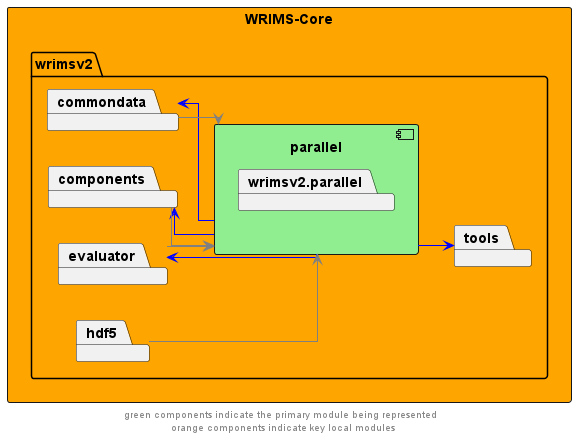
Earlier version of the PlantUML export docs/diagrams/wrims-core/wrims-core_parallel.png (CentralValleyModeling/wrims).
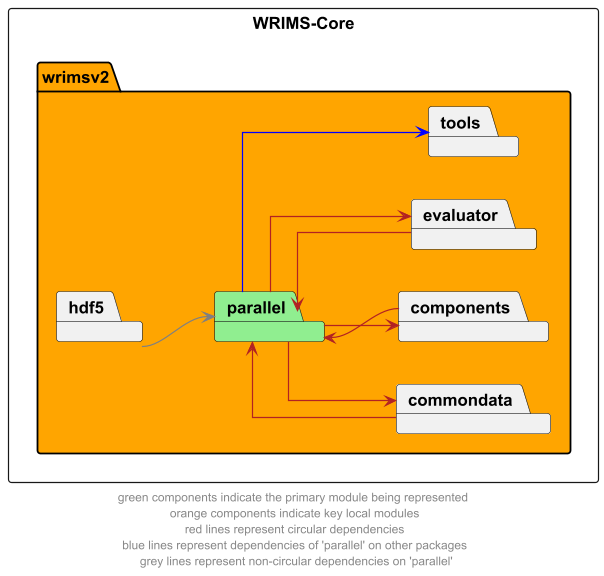
Above is the later version.

The edit, as a diff of the source:
```diff
@@ -2,33 +2,27 @@
 left to right direction
 skinparam linetype ortho
 
-rectangle wrims_core as "WRIMS-Core" #orange {
-        package wrimsv2{
-            package parallel {
-                component parallel #lightgreen {
-                    package wrimsv2.parallel
-                }
-            }
+rectangle wrims_core as "WRIMS-Core" {
+    package wrimsv2 #orange {
+        package parallel #lightgreen
         package commondata
         package components
         package evaluator
         package tools
-
         package hdf5
-
     }
 }
 
-parallel -->  evaluator #blue
-evaluator --> parallel #grey
-parallel -->  commondata #blue
-commondata --> parallel #grey
-parallel -->  components #blue
-components --> parallel #grey
+parallel -->  evaluator #firebrick
+evaluator --> parallel #firebrick
+parallel -->  commondata #firebrick
+commondata --> parallel #firebrick
+parallel -->  components #firebrick
+components --> parallel #firebrick
 
 hdf5 --> parallel #grey
 parallel -->  tools #blue
 
 
-footer "green components indicate the primary module being represented \n orange components indicate key local modules"
+footer "green components indicate the primary module being represented \n orange components indicate key local modules \n red lines represent circular dependencies \n blue lines represent dependencies of 'parallel' on other packages \n grey lines represent non-circular dependencies on 'parallel'"
 @enduml
```
